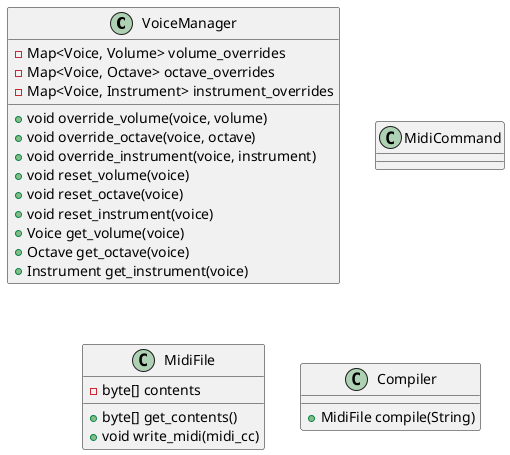
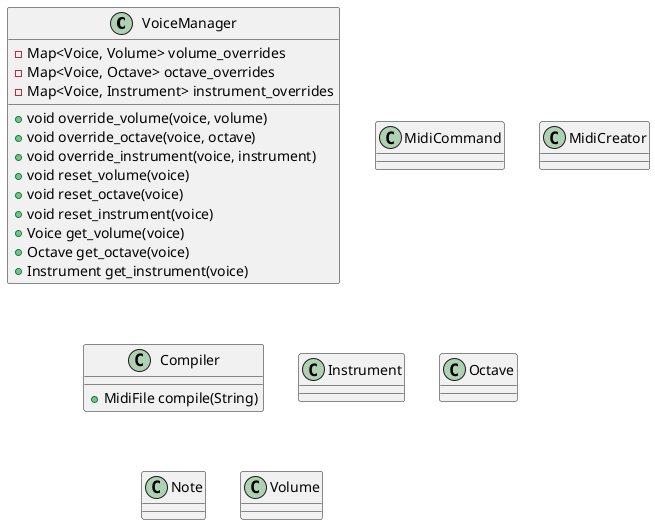
@startuml

class VoiceManager {
	-Map<Voice, Volume> volume_overrides
	-Map<Voice, Octave> octave_overrides
	-Map<Voice, Instrument> instrument_overrides
	+void override_volume(voice, volume)
	+void override_octave(voice, octave)
	+void override_instrument(voice, instrument)
	+void reset_volume(voice)
	+void reset_octave(voice)
	+void reset_instrument(voice)
	+Voice get_volume(voice)
	+Octave get_octave(voice)
	+Instrument get_instrument(voice)
}

class MidiCommand {

}

- class MidiFile {
- 	-byte[] contents
- 	+byte[] get_contents()
- 	+void write_midi(midi_cc)
+ class MidiCreator {
}


class Compiler {
	+MidiFile compile(String)

}

+ class Instrument {
+ 
+ }
+ 
+ class Octave {
+ 
+ }
+ 
+ class Note {
+ 
+ }
+ 
+ class Volume {
+ 
+ }
+ 

@enduml
